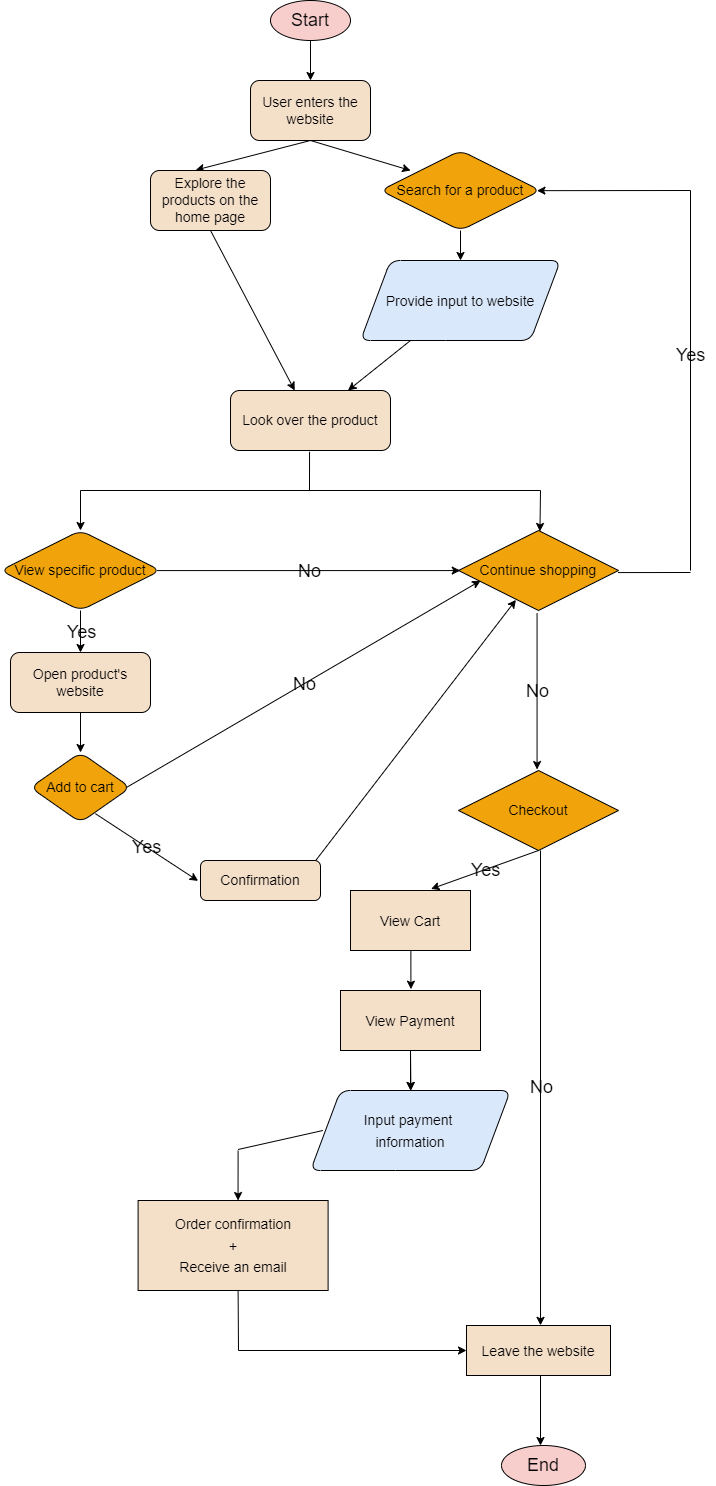
The draw.io diagram explore/diagramming/diagram.drawio.png in minhnhat1901/sp23-cse110-lab4, before a commit. Source tidied: cells renumbered, new cells last; positions are measured from the earlier drawing's top-left corner, leaving out a move shared by most shapes.
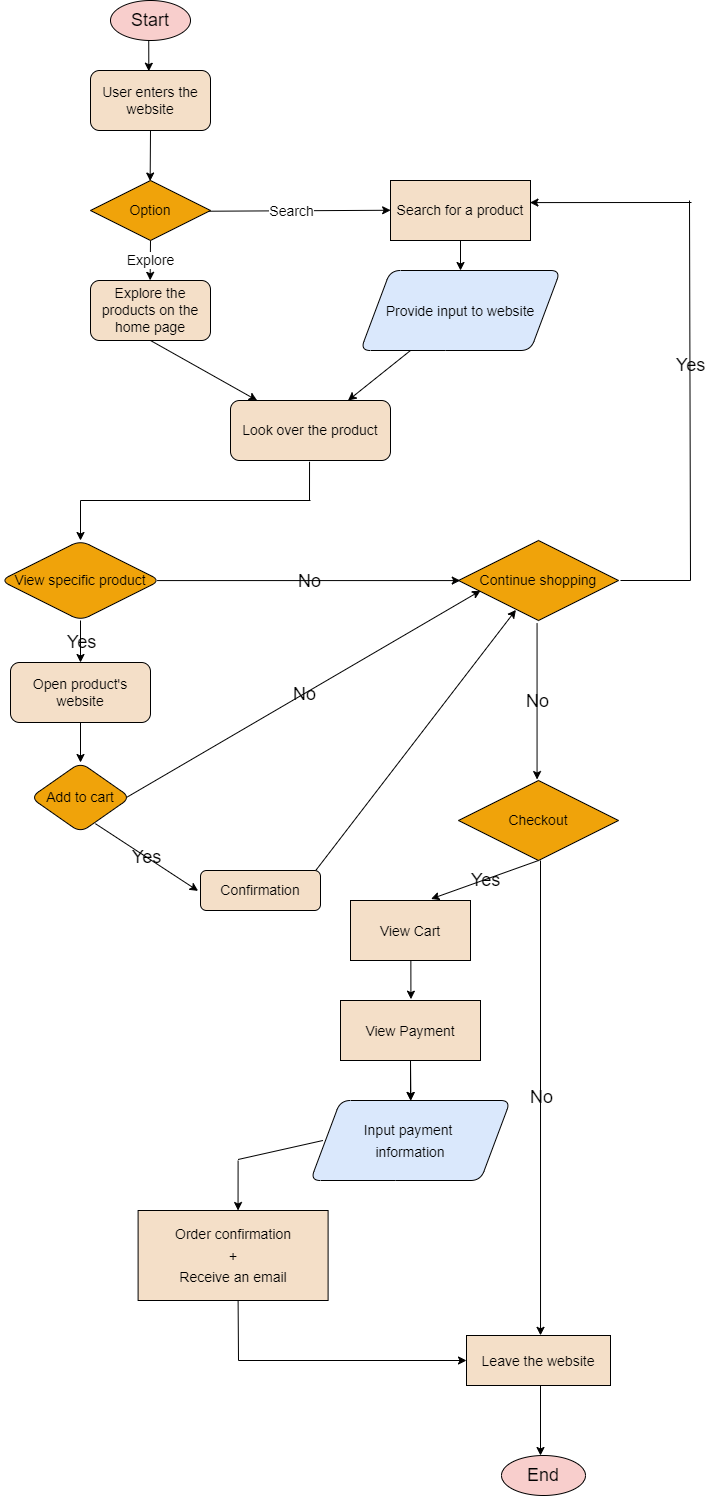
Later version of the same file.

Diff of the diagram source:
```diff
@@ -2,26 +2,27 @@
   <root>
     <mxCell id="0" />
     <mxCell id="1" parent="0" />
-    <mxCell id="2" style="edgeStyle=none;html=1;fontColor=#000000;strokeColor=#000000;rounded=1;" parent="1" edge="1">
-      <mxGeometry relative="1" as="geometry">
-        <mxPoint x="310" y="30" as="sourcePoint" />
-        <mxPoint x="310" y="80" as="targetPoint" />
-      </mxGeometry>
+    <mxCell id="2" style="edgeStyle=none;html=1;fontColor=#000000;strokeColor=#000000;rounded=1;exitX=0.478;exitY=0.995;exitDx=0;exitDy=0;exitPerimeter=0;entryX=0.486;entryY=0.012;entryDx=0;entryDy=0;entryPerimeter=0;" parent="1" edge="1" source="3" target="5">
+      <mxGeometry relative="1" as="geometry" />
     </mxCell>
     <mxCell id="3" value="&lt;font color=&quot;#000000&quot; style=&quot;font-size: 18px;&quot;&gt;Start&lt;/font&gt;" style="ellipse;whiteSpace=wrap;html=1;rounded=1;fillColor=#f8cecc;strokeColor=#000000;" parent="1" vertex="1">
-      <mxGeometry x="270" width="80" height="40" as="geometry" />
+      <mxGeometry x="110" y="-10" width="80" height="40" as="geometry" />
     </mxCell>
-    <mxCell id="4" style="edgeStyle=none;html=1;exitX=0.5;exitY=1;exitDx=0;exitDy=0;strokeColor=#000000;fontFamily=Helvetica;fontSize=12;fontColor=default;entryX=0.188;entryY=0.25;entryDx=0;entryDy=0;entryPerimeter=0;rounded=1;" parent="1" edge="1" source="5" target="6">
+    <mxCell id="4" style="edgeStyle=none;html=1;exitX=0.977;exitY=0.512;exitDx=0;exitDy=0;strokeColor=#000000;fontFamily=Helvetica;fontSize=12;fontColor=default;entryX=0.001;entryY=0.496;entryDx=0;entryDy=0;entryPerimeter=0;rounded=1;exitPerimeter=0;" parent="1" edge="1" source="62" target="6">
       <mxGeometry relative="1" as="geometry" />
     </mxCell>
+    <mxCell id="61" value="&lt;font style=&quot;background-color: rgb(255, 255, 255);&quot; color=&quot;#000000&quot;&gt;Search&lt;/font&gt;" style="edgeLabel;html=1;align=center;verticalAlign=middle;fontSize=14;" parent="4" vertex="1">
+      <mxGeometry x="-0.18" relative="1" as="geometry">
+        <mxPoint x="8" as="offset" />
+      </mxGeometry>
+    </mxCell>
     <mxCell id="5" value="&lt;font color=&quot;#000000&quot;&gt;&lt;font style=&quot;font-size: 14px;&quot;&gt;User enters the website&lt;/font&gt;&lt;br&gt;&lt;/font&gt;" style="rounded=1;whiteSpace=wrap;html=1;shadow=0;glass=0;strokeColor=#000000;fillColor=#f4dfc8;fillStyle=solid;strokeWidth=1;" parent="1" vertex="1">
-      <mxGeometry x="250" y="80" width="120" height="60" as="geometry" />
+      <mxGeometry x="90" y="60" width="120" height="60" as="geometry" />
     </mxCell>
-    <mxCell id="6" value="&lt;font style=&quot;font-size: 14px;&quot; color=&quot;#000000&quot;&gt;Search for a product&lt;/font&gt;" style="rhombus;whiteSpace=wrap;html=1;rounded=1;strokeColor=#000000;fontFamily=Helvetica;fontSize=12;fontColor=#000000;fillColor=#f0a30a;" parent="1" vertex="1">
-      <mxGeometry x="380" y="150" width="160" height="80" as="geometry" />
-    </mxCell>
-    <mxCell id="7" style="endArrow=classic;html=1;strokeColor=#000000;fontFamily=Helvetica;fontSize=12;fontColor=#000000;exitX=0.5;exitY=1;exitDx=0;exitDy=0;entryX=0.5;entryY=0;entryDx=0;entryDy=0;rounded=1;" parent="1" edge="1" source="6" target="9">
-      <mxGeometry relative="1" as="geometry" />
+    <mxCell id="7" style="endArrow=classic;html=1;strokeColor=#000000;fontFamily=Helvetica;fontSize=12;fontColor=#000000;exitX=0.5;exitY=1;exitDx=0;exitDy=0;entryX=0.5;entryY=0;entryDx=0;entryDy=0;rounded=1;" parent="1" edge="1" target="9">
+      <mxGeometry relative="1" as="geometry">
+        <mxPoint x="460" y="230" as="sourcePoint" />
+      </mxGeometry>
     </mxCell>
     <mxCell id="8" style="edgeStyle=none;html=1;strokeColor=#000000;fontFamily=Helvetica;fontSize=14;fontColor=#000000;rounded=1;" parent="1" edge="1" source="9" target="12">
       <mxGeometry relative="1" as="geometry" />
@@ -29,9 +30,9 @@
     <mxCell id="9" value="&lt;font color=&quot;#000000&quot; style=&quot;font-size: 14px;&quot;&gt;Provide input to website&lt;/font&gt;" style="shape=parallelogram;perimeter=parallelogramPerimeter;whiteSpace=wrap;html=1;fixedSize=1;rounded=1;strokeColor=#000000;fontFamily=Helvetica;fontSize=18;fillColor=#dae8fc;shadow=0;size=30;" parent="1" vertex="1">
       <mxGeometry x="360" y="260" width="200" height="80" as="geometry" />
     </mxCell>
-    <mxCell id="10" style="endArrow=classic;html=1;strokeColor=#000000;fontFamily=Helvetica;fontSize=14;fontColor=#000000;entryX=0.377;entryY=-0.007;entryDx=0;entryDy=0;entryPerimeter=0;rounded=1;" parent="1" edge="1" target="21">
+    <mxCell id="10" style="endArrow=classic;html=1;strokeColor=#000000;fontFamily=Helvetica;fontSize=14;fontColor=#000000;rounded=1;entryX=0.497;entryY=-0.003;entryDx=0;entryDy=0;entryPerimeter=0;" parent="1" edge="1" target="21">
       <mxGeometry relative="1" as="geometry">
-        <mxPoint x="310" y="140" as="sourcePoint" />
+        <mxPoint x="150" y="230" as="sourcePoint" />
       </mxGeometry>
     </mxCell>
     <mxCell id="11" style="edgeStyle=none;html=1;strokeColor=#000000;fontFamily=Helvetica;fontSize=14;fontColor=#000000;rounded=1;" parent="1" edge="1" target="14">
@@ -67,7 +68,7 @@
       <mxGeometry relative="1" as="geometry" />
     </mxCell>
     <mxCell id="21" value="&lt;font color=&quot;#000000&quot;&gt;&lt;font style=&quot;font-size: 14px;&quot;&gt;Explore the products on the home page&lt;/font&gt;&lt;br&gt;&lt;/font&gt;" style="rounded=1;whiteSpace=wrap;html=1;shadow=0;glass=0;strokeColor=#000000;fillColor=#f4dfc8;fillStyle=solid;strokeWidth=1;" parent="1" vertex="1">
-      <mxGeometry x="150" y="170" width="120" height="60" as="geometry" />
+      <mxGeometry x="90" y="270" width="120" height="60" as="geometry" />
     </mxCell>
     <mxCell id="22" value="&lt;font style=&quot;font-size: 14px;&quot; color=&quot;#000000&quot;&gt;View &lt;font style=&quot;&quot;&gt;specific &lt;/font&gt;product&lt;/font&gt;" style="rhombus;whiteSpace=wrap;html=1;rounded=1;strokeColor=#000000;fontFamily=Helvetica;fontSize=12;fontColor=#000000;fillColor=#f0a30a;" parent="1" vertex="1">
       <mxGeometry y="530" width="160" height="80" as="geometry" />
@@ -98,25 +99,6 @@
     <mxCell id="29" value="&lt;span style=&quot;&quot;&gt;&lt;font style=&quot;font-size: 18px;&quot;&gt;No&lt;/font&gt;&lt;/span&gt;" style="edgeLabel;html=1;align=center;verticalAlign=middle;rounded=0;strokeColor=#000000;fontFamily=Helvetica;fontSize=12;fontColor=#000000;fillColor=#f8cecc;labelBorderColor=none;labelBackgroundColor=none;" parent="28" vertex="1">
       <mxGeometry relative="1" as="geometry" />
     </mxCell>
-    <mxCell id="30" style="group;" parent="1" vertex="1">
-      <mxGeometry x="690" y="190" height="382" as="geometry" />
-    </mxCell>
-    <mxCell id="31" style="endArrow=none;html=1;rounded=1;strokeColor=#000000;exitX=0.997;exitY=0.526;exitDx=0;exitDy=0;exitPerimeter=0;" parent="30" edge="1" source="27">
-      <mxGeometry relative="1" as="geometry">
-        <mxPoint y="382" as="targetPoint" />
-      </mxGeometry>
-    </mxCell>
-    <mxCell id="32" style="endArrow=none;html=1;rounded=1;strokeColor=#000000;" parent="30" edge="1">
-      <mxGeometry relative="1" as="geometry">
-        <mxPoint y="380" as="sourcePoint" />
-        <mxPoint as="targetPoint" />
-      </mxGeometry>
-    </mxCell>
-    <mxCell id="33" style="endArrow=classic;html=1;rounded=1;strokeColor=#000000;entryX=0.978;entryY=0.502;entryDx=0;entryDy=0;entryPerimeter=0;" parent="30" edge="1" target="6">
-      <mxGeometry relative="1" as="geometry">
-        <mxPoint as="sourcePoint" />
-      </mxGeometry>
-    </mxCell>
     <mxCell id="34" value="&lt;font style=&quot;font-size: 18px;&quot; color=&quot;#000000&quot;&gt;Yes&lt;/font&gt;" style="text;html=1;align=center;verticalAlign=middle;strokeColor=none;fillColor=none;" parent="1" vertex="1">
       <mxGeometry x="665" y="335" width="50" height="40" as="geometry" />
     </mxCell>
@@ -212,7 +194,7 @@
     <mxCell id="58" style="endArrow=none;html=1;strokeColor=#000000;" parent="1" edge="1">
       <mxGeometry relative="1" as="geometry">
         <mxPoint x="80" y="490" as="sourcePoint" />
-        <mxPoint x="540" y="490" as="targetPoint" />
+        <mxPoint x="310" y="490" as="targetPoint" />
       </mxGeometry>
     </mxCell>
     <mxCell id="59" style="endArrow=classic;html=1;strokeColor=#000000;strokeWidth=1;" parent="1" edge="1">
@@ -221,10 +203,36 @@
         <mxPoint x="80" y="530" as="targetPoint" />
       </mxGeometry>
     </mxCell>
-    <mxCell id="60" style="endArrow=classic;html=1;strokeColor=#000000;strokeWidth=1;entryX=0.509;entryY=0.012;entryDx=0;entryDy=0;entryPerimeter=0;" parent="1" edge="1" target="27">
-      <mxGeometry relative="1" as="geometry">
-        <mxPoint x="540" y="490" as="sourcePoint" />
-      </mxGeometry>
-    </mxCell>
+    <mxCell id="6" value="&lt;font color=&quot;#000000&quot;&gt;&lt;font style=&quot;font-size: 14px;&quot;&gt;Search for a product&lt;/font&gt;&lt;br&gt;&lt;/font&gt;" style="rounded=0;whiteSpace=wrap;html=1;shadow=0;glass=0;strokeColor=#000000;fillColor=#f4dfc8;fillStyle=solid;strokeWidth=1;" parent="1" vertex="1">
+      <mxGeometry x="390" y="170" width="140" height="60" as="geometry" />
+    </mxCell>
+    <mxCell id="62" value="&lt;font style=&quot;font-size: 14px;&quot; color=&quot;#000000&quot;&gt;Option&lt;/font&gt;" style="rhombus;whiteSpace=wrap;html=1;rounded=0;strokeColor=#000000;fontFamily=Helvetica;fontSize=12;fontColor=#000000;fillColor=#f0a30a;" parent="1" vertex="1">
+      <mxGeometry x="90" y="170" width="120" height="60" as="geometry" />
+    </mxCell>
+    <mxCell id="63" style="endArrow=classic;html=1;strokeColor=#000000;strokeWidth=1;fontSize=14;entryX=0.497;entryY=0.009;entryDx=0;entryDy=0;entryPerimeter=0;" parent="1" edge="1" target="62">
+      <mxGeometry relative="1" as="geometry">
+        <mxPoint x="150" y="120" as="sourcePoint" />
+      </mxGeometry>
+    </mxCell>
+    <mxCell id="31" style="endArrow=none;html=1;rounded=1;strokeColor=#000000;" parent="1" edge="1">
+      <mxGeometry relative="1" as="geometry">
+        <mxPoint x="620" y="570" as="sourcePoint" />
+        <mxPoint x="690" y="570" as="targetPoint" />
+      </mxGeometry>
+    </mxCell>
+    <mxCell id="32" style="endArrow=none;html=1;rounded=1;strokeColor=#000000;" parent="1" edge="1">
+      <mxGeometry relative="1" as="geometry">
+        <mxPoint x="690" y="570" as="sourcePoint" />
+        <mxPoint x="689" y="190" as="targetPoint" />
+      </mxGeometry>
+    </mxCell>
+    <mxCell id="33" style="endArrow=classic;html=1;rounded=1;strokeColor=#000000;entryX=0.996;entryY=0.368;entryDx=0;entryDy=0;entryPerimeter=0;" parent="1" edge="1" target="6">
+      <mxGeometry relative="1" as="geometry">
+        <mxPoint x="691" y="192" as="sourcePoint" />
+      </mxGeometry>
+    </mxCell>
+    <mxCell id="64" value="&lt;font style=&quot;background-color: rgb(255, 255, 255);&quot; color=&quot;#000000&quot;&gt;Explore&lt;/font&gt;" style="edgeLabel;html=1;align=center;verticalAlign=middle;fontSize=14;" parent="1" vertex="1">
+      <mxGeometry x="150" y="250" as="geometry" />
+    </mxCell>
   </root>
 </mxGraphModel>
```
